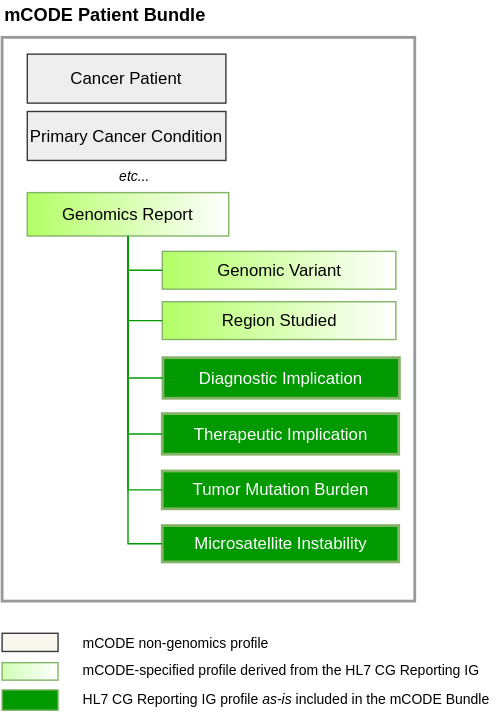
Above: input/images/mcode-cg-overlap.svg in HL7/fhir-mCODE-ig (draw.io), before the change. Source tidied: cells renumbered, new cells last; positions are measured from the earlier drawing's top-left corner, leaving out a move shared by most shapes.
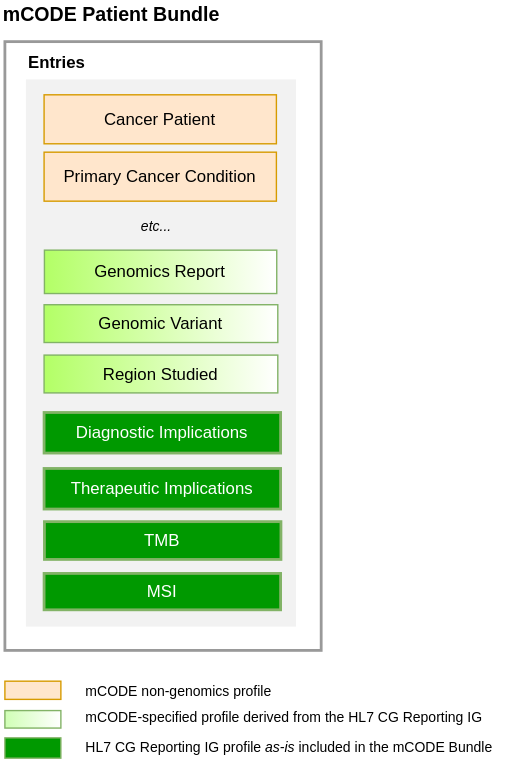
After the change.

What changed in the source:
```diff
@@ -3,76 +3,64 @@
     <mxCell id="0" />
     <mxCell id="1" parent="0" />
     <mxCell id="2" style="rounded=0;whiteSpace=wrap;html=1;strokeWidth=2;fontSize=10;fontColor=#FFFFFF;align=left;fillColor=none;strokeColor=#999999;" parent="1" vertex="1">
-      <mxGeometry y="26" width="295" height="403" as="geometry" />
+      <mxGeometry x="-80" y="-94" width="226" height="435" as="geometry" />
     </mxCell>
+    <mxCell id="26" style="rounded=0;whiteSpace=wrap;html=1;strokeWidth=2;fontSize=10;fontColor=#FFFFFF;align=left;strokeColor=none;fillColor=#F2F2F2;" parent="1" vertex="1">
+      <mxGeometry x="-65" y="-67" width="193" height="391" as="geometry" />
+    </mxCell>
     <mxCell id="3" value="Genomic Variant" style="rounded=0;whiteSpace=wrap;html=1;strokeColor=#82b366;gradientDirection=east;fillColor=#B3FF66;gradientColor=#FFFFFF;" parent="1" vertex="1">
-      <mxGeometry x="114.5" y="179" width="167" height="27" as="geometry" />
+      <mxGeometry x="-52" y="94" width="167" height="27" as="geometry" />
     </mxCell>
-    <mxCell id="4" style="edgeStyle=orthogonalEdgeStyle;rounded=0;jettySize=auto;html=1;entryX=0;entryY=0.5;entryDx=0;entryDy=0;endArrow=none;endFill=0;strokeWidth=1;fontSize=15;jumpStyle=arc;fontColor=#00994D;fillColor=#fa6800;strokeColor=#009900;" parent="1" edge="1" source="5" target="3">
-      <mxGeometry relative="1" as="geometry" />
-    </mxCell>
     <mxCell id="5" value="Genomics Report" style="rounded=0;whiteSpace=wrap;html=1;strokeColor=#82b366;gradientDirection=east;gradientColor=#FFFFFF;fillColor=#B3FF66;" parent="1" vertex="1">
-      <mxGeometry x="18" y="137" width="144" height="31" as="geometry" />
+      <mxGeometry x="-51.8" y="55" width="166" height="31" as="geometry" />
     </mxCell>
-    <mxCell id="6" value="Tumor Mutation Burden" style="rounded=0;whiteSpace=wrap;html=1;strokeColor=#82b366;strokeWidth=2;fontColor=#FFFFFF;fillColor=#009900;" parent="1" vertex="1">
-      <mxGeometry x="114.5" y="336" width="169" height="27" as="geometry" />
+    <mxCell id="6" value="TMB" style="rounded=0;whiteSpace=wrap;html=1;strokeColor=#82b366;strokeWidth=2;fontColor=#FFFFFF;fillColor=#009900;" parent="1" vertex="1">
+      <mxGeometry x="-51.8" y="249" width="169" height="27" as="geometry" />
     </mxCell>
     <mxCell id="7" style="rounded=0;whiteSpace=wrap;html=1;strokeColor=#82b366;gradientDirection=east;fillColor=#D0FFB5;gradientColor=#FFFFFF;" parent="1" vertex="1">
-      <mxGeometry y="473" width="40" height="12.5" as="geometry" />
+      <mxGeometry x="-80" y="384" width="40" height="12.5" as="geometry" />
     </mxCell>
     <mxCell id="8" style="rounded=0;whiteSpace=wrap;html=1;strokeColor=#82b366;strokeWidth=1;gradientDirection=east;fillColor=#009900;" parent="1" vertex="1">
-      <mxGeometry y="492.5" width="40" height="14.5" as="geometry" />
+      <mxGeometry x="-80" y="403.5" width="40" height="14.5" as="geometry" />
     </mxCell>
     <mxCell id="9" value="mCODE-specified profile derived from the HL7 CG Reporting IG" style="text;html=1;strokeColor=none;fillColor=none;align=left;verticalAlign=middle;whiteSpace=wrap;rounded=0;dashed=1;fontSize=10;" parent="1" vertex="1">
-      <mxGeometry x="56" y="468" width="292" height="20" as="geometry" />
+      <mxGeometry x="-24" y="379" width="292" height="20" as="geometry" />
     </mxCell>
     <mxCell id="10" value="HL7 CG Reporting IG profile &lt;i&gt;as-is&lt;/i&gt; included in the mCODE Bundle" style="text;html=1;strokeColor=none;fillColor=none;align=left;verticalAlign=middle;whiteSpace=wrap;rounded=0;dashed=1;fontSize=10;" parent="1" vertex="1">
-      <mxGeometry x="56" y="489" width="298" height="20" as="geometry" />
+      <mxGeometry x="-24" y="400" width="298" height="20" as="geometry" />
     </mxCell>
-    <mxCell id="11" value="Microsatellite Instability" style="rounded=0;whiteSpace=wrap;html=1;strokeColor=#82b366;strokeWidth=2;fontColor=#FFFFFF;fillColor=#009900;" parent="1" vertex="1">
-      <mxGeometry x="114.5" y="375" width="169" height="26" as="geometry" />
+    <mxCell id="11" value="MSI" style="rounded=0;whiteSpace=wrap;html=1;strokeColor=#82b366;strokeWidth=2;fontColor=#FFFFFF;fillColor=#009900;" parent="1" vertex="1">
+      <mxGeometry x="-52" y="286" width="169" height="26" as="geometry" />
     </mxCell>
-    <mxCell id="12" style="edgeStyle=orthogonalEdgeStyle;rounded=0;jettySize=auto;html=1;entryX=0;entryY=0.5;entryDx=0;entryDy=0;endArrow=none;endFill=0;strokeWidth=1;fontSize=15;jumpStyle=arc;exitX=0.5;exitY=1;exitDx=0;exitDy=0;fontColor=#00994D;fillColor=#fa6800;strokeColor=#009900;" parent="1" edge="1" source="5" target="6">
-      <mxGeometry relative="1" as="geometry" />
-    </mxCell>
-    <mxCell id="13" style="edgeStyle=orthogonalEdgeStyle;rounded=0;jettySize=auto;html=1;entryX=0;entryY=0.5;entryDx=0;entryDy=0;endArrow=none;endFill=0;strokeWidth=1;fontSize=15;jumpStyle=arc;exitX=0.5;exitY=1;exitDx=0;exitDy=0;fontColor=#00994D;fillColor=#fa6800;strokeColor=#009900;" parent="1" edge="1" source="5" target="11">
-      <mxGeometry relative="1" as="geometry" />
-    </mxCell>
     <mxCell id="14" value="Region Studied" style="rounded=0;whiteSpace=wrap;html=1;strokeColor=#82b366;gradientDirection=east;gradientColor=#FFFFFF;fillColor=#B3FF66;" parent="1" vertex="1">
-      <mxGeometry x="114.5" y="215" width="167" height="27" as="geometry" />
+      <mxGeometry x="-52" y="130" width="167" height="27" as="geometry" />
     </mxCell>
-    <mxCell id="15" style="edgeStyle=orthogonalEdgeStyle;rounded=0;jettySize=auto;html=1;entryX=0;entryY=0.5;entryDx=0;entryDy=0;endArrow=none;endFill=0;strokeWidth=1;fontSize=15;jumpStyle=arc;fontColor=#00994D;fillColor=#fa6800;strokeColor=#009900;exitX=0.5;exitY=1;exitDx=0;exitDy=0;" parent="1" edge="1" source="5" target="14">
-      <mxGeometry relative="1" as="geometry" />
-    </mxCell>
-    <mxCell id="16" value="Therapeutic Implication" style="rounded=0;whiteSpace=wrap;html=1;strokeColor=#82b366;strokeWidth=2;fontColor=#FFFFFF;fillColor=#009900;" parent="1" vertex="1">
-      <mxGeometry x="114.5" y="295" width="169" height="29" as="geometry" />
+    <mxCell id="16" value="Therapeutic Implications" style="rounded=0;whiteSpace=wrap;html=1;strokeColor=#82b366;strokeWidth=2;fontColor=#FFFFFF;fillColor=#009900;" parent="1" vertex="1">
+      <mxGeometry x="-52" y="211" width="169" height="29" as="geometry" />
     </mxCell>
-    <mxCell id="17" style="edgeStyle=orthogonalEdgeStyle;rounded=0;jettySize=auto;html=1;entryX=0;entryY=0.5;entryDx=0;entryDy=0;endArrow=none;endFill=0;strokeWidth=1;fontSize=15;jumpStyle=arc;fillColor=#fa6800;strokeColor=#009900;exitX=0.5;exitY=1;exitDx=0;exitDy=0;" parent="1" edge="1" source="5" target="16">
-      <mxGeometry relative="1" as="geometry" />
-    </mxCell>
-    <mxCell id="18" value="Cancer Patient" style="rounded=0;whiteSpace=wrap;html=1;strokeColor=#36393d;gradientDirection=east;fillColor=#eeeeee;" parent="1" vertex="1">
-      <mxGeometry x="18" y="38" width="142" height="35" as="geometry" />
+    <mxCell id="18" value="Cancer Patient" style="rounded=0;whiteSpace=wrap;html=1;gradientDirection=east;strokeColor=#d79b00;fillColor=#ffe6cc;" parent="1" vertex="1">
+      <mxGeometry x="-52" y="-56" width="166" height="35" as="geometry" />
     </mxCell>
-    <mxCell id="19" value="Primary Cancer Condition" style="rounded=0;whiteSpace=wrap;html=1;strokeColor=#36393d;gradientDirection=east;fillColor=#eeeeee;" parent="1" vertex="1">
-      <mxGeometry x="18" y="79" width="142" height="35" as="geometry" />
+    <mxCell id="19" value="Primary Cancer Condition" style="rounded=0;whiteSpace=wrap;html=1;gradientDirection=east;strokeColor=#d79b00;fillColor=#ffe6cc;" parent="1" vertex="1">
+      <mxGeometry x="-52" y="-15" width="166" height="35" as="geometry" />
     </mxCell>
     <mxCell id="20" value="etc..." style="text;html=1;strokeColor=none;fillColor=none;align=center;verticalAlign=middle;whiteSpace=wrap;rounded=0;fontSize=10;fontColor=#000000;fontStyle=2;" parent="1" vertex="1">
-      <mxGeometry x="75" y="115" width="40" height="20" as="geometry" />
+      <mxGeometry x="-11" y="28" width="79" height="20" as="geometry" />
     </mxCell>
     <mxCell id="21" value="mCODE non-genomics profile" style="text;html=1;strokeColor=none;fillColor=none;align=left;verticalAlign=middle;whiteSpace=wrap;rounded=0;dashed=1;fontSize=10;" parent="1" vertex="1">
-      <mxGeometry x="56" y="449" width="202" height="20" as="geometry" />
+      <mxGeometry x="-24" y="360" width="318" height="20" as="geometry" />
     </mxCell>
-    <mxCell id="22" style="rounded=0;whiteSpace=wrap;html=1;strokeColor=#36393d;gradientDirection=east;fillColor=#f9f7ed;" parent="1" vertex="1">
-      <mxGeometry y="452" width="40" height="13" as="geometry" />
+    <mxCell id="22" style="rounded=0;whiteSpace=wrap;html=1;gradientDirection=east;strokeColor=#d79b00;fillColor=#ffe6cc;" parent="1" vertex="1">
+      <mxGeometry x="-80" y="363" width="40" height="13" as="geometry" />
     </mxCell>
-    <mxCell id="23" value="mCODE Patient Bundle" style="text;html=1;strokeColor=none;fillColor=none;align=left;verticalAlign=middle;whiteSpace=wrap;rounded=0;fontSize=13;fontStyle=1;" parent="1" vertex="1">
-      <mxGeometry width="173" height="20" as="geometry" />
+    <mxCell id="23" value="mCODE Patient Bundle" style="text;html=1;strokeColor=none;fillColor=none;align=left;verticalAlign=middle;whiteSpace=wrap;rounded=0;fontSize=14;fontStyle=1;" parent="1" vertex="1">
+      <mxGeometry x="-83" y="-123" width="173" height="20" as="geometry" />
     </mxCell>
-    <mxCell id="24" value="Diagnostic Implication" style="rounded=0;whiteSpace=wrap;html=1;strokeColor=#82b366;strokeWidth=2;fontColor=#FFFFFF;fillColor=#009900;" parent="1" vertex="1">
-      <mxGeometry x="115" y="255" width="169" height="29" as="geometry" />
-    </mxCell>
-    <mxCell id="25" style="edgeStyle=orthogonalEdgeStyle;rounded=0;jettySize=auto;html=1;entryX=0;entryY=0.5;entryDx=0;entryDy=0;endArrow=none;endFill=0;strokeWidth=1;fontSize=15;jumpStyle=arc;fontColor=#00994D;fillColor=#fa6800;strokeColor=#009900;exitX=0.5;exitY=1;exitDx=0;exitDy=0;" parent="1" edge="1" source="5" target="24">
-      <mxGeometry relative="1" as="geometry" />
-    </mxCell>
+    <mxCell id="27" value="Diagnostic Implications" style="rounded=0;whiteSpace=wrap;html=1;strokeColor=#82b366;strokeWidth=2;fontColor=#FFFFFF;fillColor=#009900;" parent="1" vertex="1">
+      <mxGeometry x="-52" y="171" width="169" height="29" as="geometry" />
+    </mxCell>
+    <mxCell id="28" value="Entries" style="text;html=1;strokeColor=none;fillColor=none;align=left;verticalAlign=middle;whiteSpace=wrap;rounded=0;fontSize=12;fontStyle=1;" parent="1" vertex="1">
+      <mxGeometry x="-65" y="-89" width="67" height="20" as="geometry" />
+    </mxCell>
   </root>
 </mxGraphModel>
```
